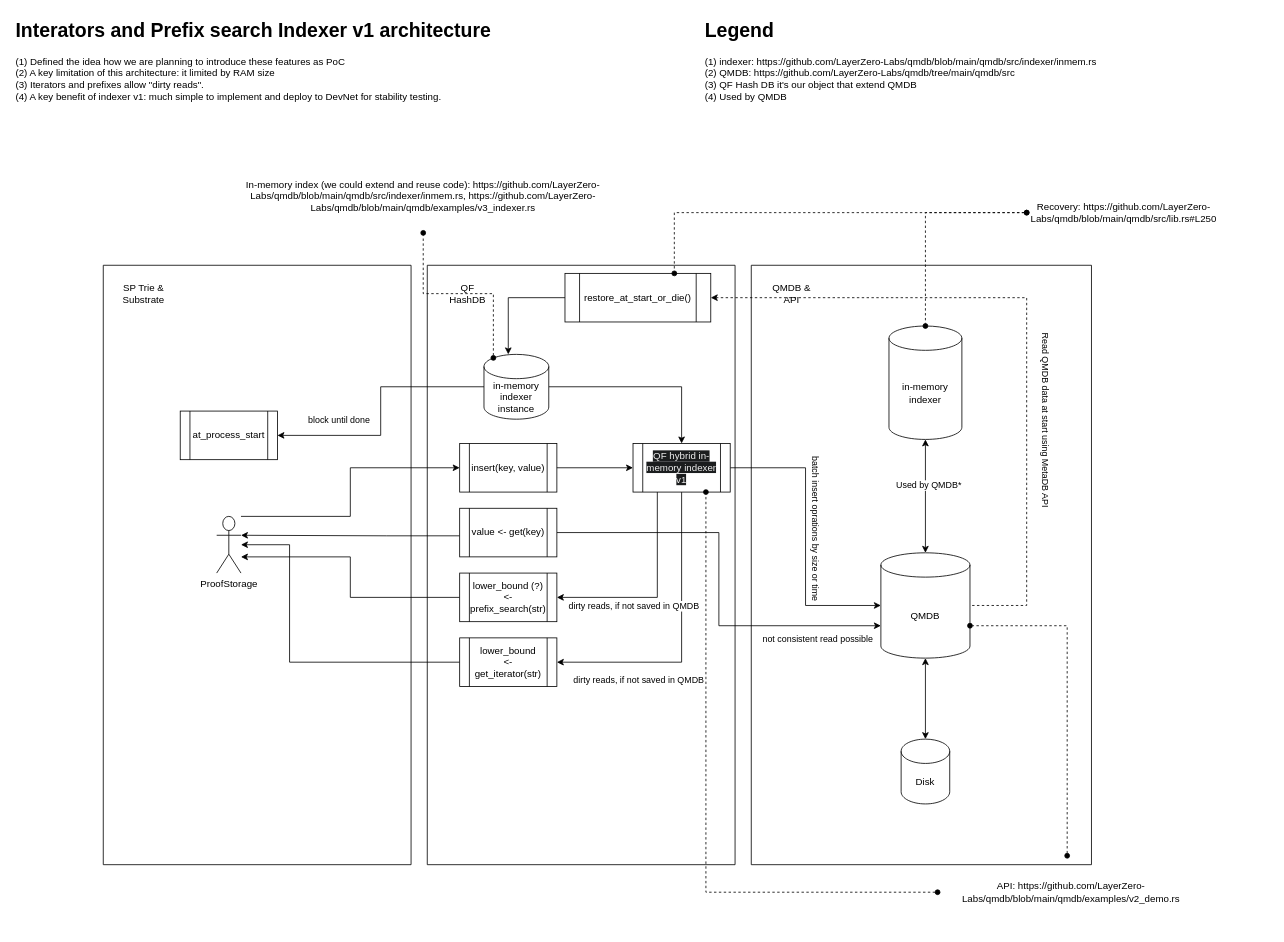
Earlier version of the draw.io diagram docs/QMDB/QMDB_prefix_indexer.drawio (QuantumFusion-network/spec). Source tidied: cells renumbered, new cells numbered last; positions are measured from the earlier drawing's top-left corner, leaving out a move shared by most shapes. Both pictures are drawn from the tidied source at 81%, with x=0, y=0 at pixel (14, 14).
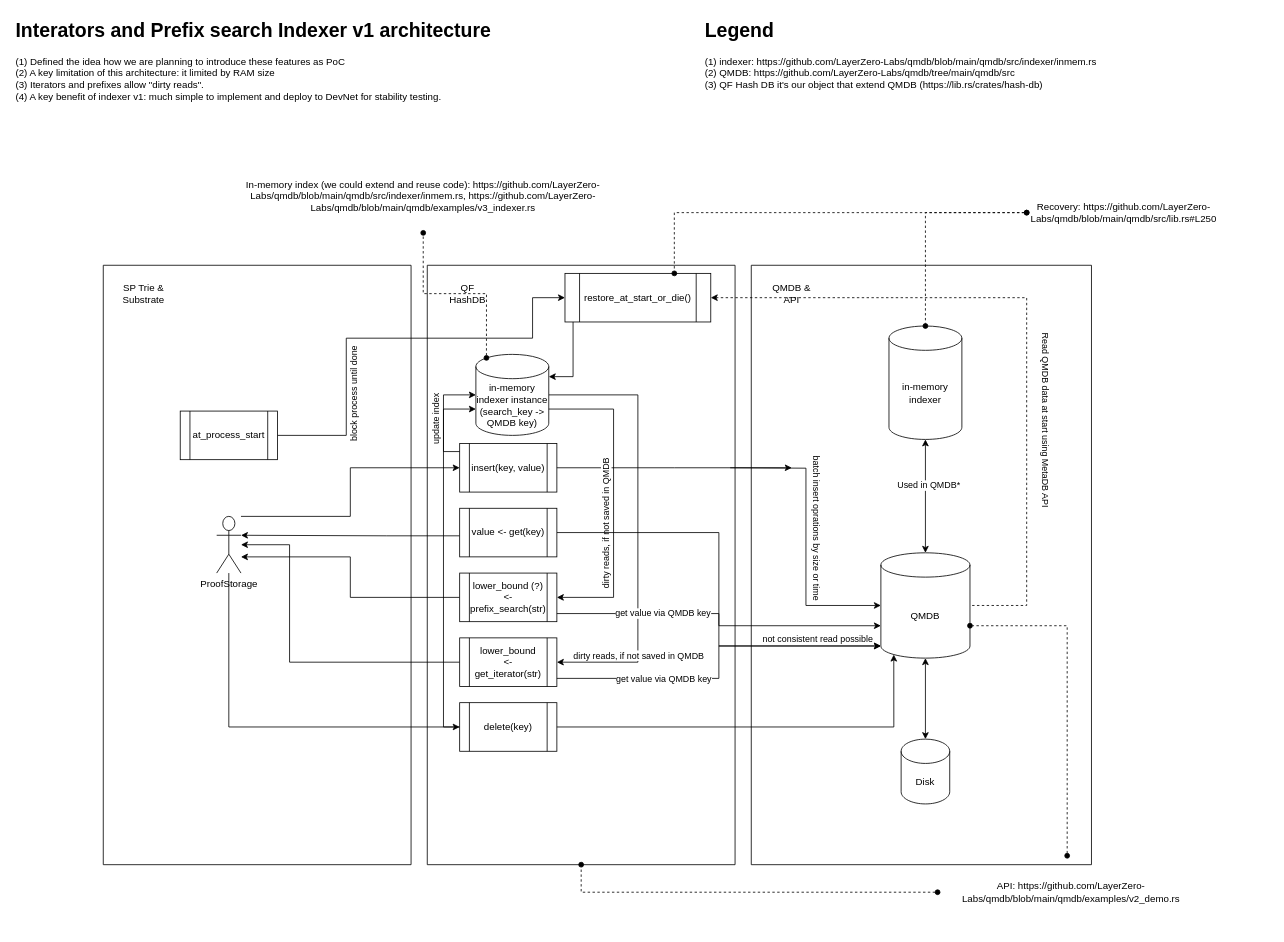
After the change.

Unchanged cells that the change refers to:
```xml
<mxCell id="5" value="insert(key, value)" style="shape=process;whiteSpace=wrap;html=1;backgroundOutline=1;" parent="1" vertex="1">
  <mxGeometry x="550" y="530" width="120" height="60" as="geometry" />
</mxCell>
<mxCell id="18" value="restore_at_start_or_die()" style="shape=process;whiteSpace=wrap;html=1;backgroundOutline=1;" parent="1" vertex="1">
  <mxGeometry x="680" y="320" width="180" height="60" as="geometry" />
</mxCell>
<mxCell id="30" value="QMDB" style="shape=cylinder3;whiteSpace=wrap;html=1;boundedLbl=1;backgroundOutline=1;size=15;" parent="27" vertex="1">
  <mxGeometry x="160" y="355" width="110" height="130" as="geometry" />
</mxCell>
<mxCell id="31" style="edgeStyle=orthogonalEdgeStyle;rounded=0;jettySize=auto;html=1;startArrow=classic;startFill=1;" parent="27" edge="1" source="29" target="30">
  <mxGeometry relative="1" as="geometry" />
</mxCell>
<mxCell id="35" style="swimlane;startSize=0;" parent="1" vertex="1">
  <mxGeometry x="510" y="310" width="380" height="740" as="geometry" />
</mxCell>
<mxCell id="38" value="lower_bound (?) &amp;lt;-prefix_search(str)" style="shape=process;whiteSpace=wrap;html=1;backgroundOutline=1;" parent="35" vertex="1">
  <mxGeometry x="40" y="380" width="120" height="60" as="geometry" />
</mxCell>
<mxCell id="39" value="lower_bound &lt;br&gt;&amp;lt;- get_iterator(str)" style="shape=process;whiteSpace=wrap;html=1;backgroundOutline=1;" parent="35" vertex="1">
  <mxGeometry x="40" y="460" width="120" height="60" as="geometry" />
</mxCell>
<mxCell id="42" value="ProofStorage" style="shape=umlActor;verticalLabelPosition=bottom;verticalAlign=top;html=1;outlineConnect=0;" parent="40" vertex="1">
  <mxGeometry x="140" y="310" width="30" height="70" as="geometry" />
</mxCell>
<mxCell id="43" value="at_process_start" style="shape=process;whiteSpace=wrap;html=1;backgroundOutline=1;" parent="40" vertex="1">
  <mxGeometry x="95" y="180" width="120" height="60" as="geometry" />
</mxCell>
<mxCell id="49" value="API:&amp;nbsp;https://github.com/LayerZero-Labs/qmdb/blob/main/qmdb/examples/v2_demo.rs" style="text;html=1;align=center;verticalAlign=middle;whiteSpace=wrap;rounded=0;" parent="1" vertex="1">
  <mxGeometry x="1140" y="1039" width="330" height="90" as="geometry" />
</mxCell>
```

Diff of the diagram source:
```diff
@@
-    <mxCell id="3" value="&lt;h1 style=&quot;margin-top: 0px;&quot;&gt;Legend&lt;/h1&gt;&lt;p&gt;(1) indexer:&amp;nbsp;https://github.com/LayerZero-Labs/qmdb/blob/main/qmdb/src/indexer/inmem.rs&amp;nbsp;&lt;br&gt;(2) QMDB:&amp;nbsp;https://github.com/LayerZero-Labs/qmdb/tree/main/qmdb/src&lt;br&gt;(3) QF Hash DB it's our object that extend QMDB&amp;nbsp;&lt;br&gt;(4) Used by QMDB&lt;br&gt;&lt;/p&gt;" style="text;html=1;whiteSpace=wrap;overflow=hidden;rounded=0;" parent="1" vertex="1">
+    <mxCell id="3" value="&lt;h1 style=&quot;margin-top: 0px;&quot;&gt;Legend&lt;/h1&gt;&lt;p&gt;(1) indexer:&amp;nbsp;https://github.com/LayerZero-Labs/qmdb/blob/main/qmdb/src/indexer/inmem.rs&amp;nbsp;&lt;br&gt;(2) QMDB:&amp;nbsp;https://github.com/LayerZero-Labs/qmdb/tree/main/qmdb/src&lt;br&gt;(3) QF Hash DB it's our object that extend QMDB (https://lib.rs/crates/hash-db)&lt;br&gt;&lt;/p&gt;" style="text;html=1;whiteSpace=wrap;overflow=hidden;rounded=0;" parent="1" vertex="1">
       <mxGeometry x="851" width="700" height="120" as="geometry" />
     </mxCell>
@@
-    <mxCell id="6" style="edgeStyle=orthogonalEdgeStyle;rounded=0;jettySize=auto;html=1;entryX=0.5;entryY=1;entryDx=0;entryDy=0;startArrow=classic;startFill=1;endArrow=none;endFill=0;" parent="1" edge="1" source="39" target="17">
-      <mxGeometry relative="1" as="geometry" />
+    <mxCell id="6" style="edgeStyle=orthogonalEdgeStyle;rounded=0;jettySize=auto;html=1;startArrow=classic;startFill=1;endArrow=none;endFill=0;entryX=1;entryY=0.5;entryDx=0;entryDy=0;entryPerimeter=0;" parent="1" edge="1" source="39" target="16">
+      <mxGeometry relative="1" as="geometry">
+        <Array as="points">
+          <mxPoint x="770" y="800" />
+          <mxPoint x="770" y="470" />
+        </Array>
+      </mxGeometry>
     </mxCell>
     <mxCell id="7" value="dirty reads, if not saved in QMDB" style="edgeLabel;html=1;align=center;verticalAlign=middle;" parent="6" vertex="1">
       <mxGeometry x="0.14" y="3" relative="1" as="geometry">
-        <mxPoint x="-51" y="74" as="offset" />
+        <mxPoint x="3" y="199" as="offset" />
       </mxGeometry>
     </mxCell>
@@
-    <mxCell id="9" style="edgeStyle=orthogonalEdgeStyle;rounded=0;jettySize=auto;html=1;entryX=0;entryY=0.5;entryDx=0;entryDy=0;" parent="1" edge="1" source="5" target="17">
-      <mxGeometry relative="1" as="geometry" />
+    <mxCell id="9" style="edgeStyle=orthogonalEdgeStyle;rounded=0;jettySize=auto;html=1;" parent="1" edge="1" source="5">
+      <mxGeometry relative="1" as="geometry">
+        <mxPoint x="960" y="560" as="targetPoint" />
+      </mxGeometry>
     </mxCell>
-    <mxCell id="10" style="edgeStyle=orthogonalEdgeStyle;rounded=0;jettySize=auto;html=1;entryX=0;entryY=0.5;entryDx=0;entryDy=0;entryPerimeter=0;exitX=1;exitY=0.5;exitDx=0;exitDy=0;" parent="1" edge="1" source="17" target="30">
-      <mxGeometry relative="1" as="geometry" />
+    <mxCell id="10" style="edgeStyle=orthogonalEdgeStyle;rounded=0;jettySize=auto;html=1;entryX=0;entryY=0.5;entryDx=0;entryDy=0;entryPerimeter=0;exitX=1;exitY=0.5;exitDx=0;exitDy=0;" parent="1" edge="1" target="30">
+      <mxGeometry relative="1" as="geometry">
+        <mxPoint x="884" y="560" as="sourcePoint" />
+      </mxGeometry>
     </mxCell>
@@
-    <mxCell id="12" style="edgeStyle=orthogonalEdgeStyle;rounded=0;jettySize=auto;html=1;entryX=0.5;entryY=0;entryDx=0;entryDy=0;" parent="1" edge="1" source="16" target="17">
-      <mxGeometry relative="1" as="geometry" />
-    </mxCell>
-    <mxCell id="13" style="edgeStyle=orthogonalEdgeStyle;rounded=0;jettySize=auto;html=1;startArrow=classic;startFill=1;endArrow=none;endFill=0;entryX=0;entryY=0.5;entryDx=0;entryDy=0;" parent="1" edge="1" source="16" target="18">
-      <mxGeometry relative="1" as="geometry">
-        <Array as="points">
-          <mxPoint x="610" y="350" />
-        </Array>
-      </mxGeometry>
-    </mxCell>
-    <mxCell id="14" value="block until done" style="edgeLabel;html=1;align=center;verticalAlign=middle;rotation=0;" parent="13" vertex="1">
-      <mxGeometry x="0.31" y="-1" relative="1" as="geometry">
-        <mxPoint x="-232" y="149" as="offset" />
-      </mxGeometry>
-    </mxCell>
-    <mxCell id="15" style="edgeStyle=orthogonalEdgeStyle;rounded=0;jettySize=auto;html=1;entryX=1;entryY=0.5;entryDx=0;entryDy=0;" parent="1" edge="1" source="16" target="43">
-      <mxGeometry relative="1" as="geometry" />
+    <mxCell id="15" style="edgeStyle=orthogonalEdgeStyle;rounded=0;jettySize=auto;html=1;entryX=1;entryY=0.5;entryDx=0;entryDy=0;exitX=0;exitY=0.5;exitDx=0;exitDy=0;startArrow=classic;startFill=1;endArrow=none;endFill=0;" parent="1" edge="1" source="18" target="43">
+      <mxGeometry relative="1" as="geometry">
+        <Array as="points">
+          <mxPoint x="640" y="350" />
+          <mxPoint x="640" y="400" />
+          <mxPoint x="410" y="400" />
+          <mxPoint x="410" y="520" />
+        </Array>
+      </mxGeometry>
     </mxCell>
+    <mxCell id="52" value="block process until done" style="edgeLabel;html=1;align=center;verticalAlign=middle;rotation=-90;" parent="15" vertex="1">
+      <mxGeometry x="0.72" y="3" relative="1" as="geometry">
+        <mxPoint x="21" y="-53" as="offset" />
+      </mxGeometry>
+    </mxCell>
-    <mxCell id="16" value="in-memory indexer instance" style="shape=cylinder3;whiteSpace=wrap;html=1;boundedLbl=1;backgroundOutline=1;size=15;" parent="1" vertex="1">
-      <mxGeometry x="580" y="420" width="80" height="80" as="geometry" />
+    <mxCell id="16" value="in-memory indexer instance (search_key -&amp;gt; QMDB key)" style="shape=cylinder3;whiteSpace=wrap;html=1;boundedLbl=1;backgroundOutline=1;size=15;" parent="1" vertex="1">
+      <mxGeometry x="570" y="420" width="90" height="100" as="geometry" />
     </mxCell>
-    <mxCell id="17" value="&lt;span style=&quot;color: rgb(240, 240, 240); font-family: Helvetica; font-size: 12px; font-style: normal; font-variant-ligatures: normal; font-variant-caps: normal; font-weight: 400; letter-spacing: normal; orphans: 2; text-align: center; text-indent: 0px; text-transform: none; widows: 2; word-spacing: 0px; -webkit-text-stroke-width: 0px; white-space: normal; background-color: rgb(27, 29, 30); text-decoration-thickness: initial; text-decoration-style: initial; text-decoration-color: initial; display: inline !important; float: none;&quot;&gt;QF hybrid in-memory indexer v1&lt;/span&gt;" style="shape=process;whiteSpace=wrap;html=1;backgroundOutline=1;" parent="1" vertex="1">
-      <mxGeometry x="764" y="530" width="120" height="60" as="geometry" />
-    </mxCell>
@@
-    <mxCell id="21" style="edgeStyle=orthogonalEdgeStyle;rounded=0;jettySize=auto;html=1;entryX=0.25;entryY=1;entryDx=0;entryDy=0;startArrow=classic;startFill=1;endArrow=none;endFill=0;" parent="1" edge="1" source="38" target="17">
-      <mxGeometry relative="1" as="geometry" />
+    <mxCell id="21" style="edgeStyle=orthogonalEdgeStyle;rounded=0;jettySize=auto;html=1;entryX=1;entryY=0;entryDx=0;entryDy=67.5;startArrow=classic;startFill=1;endArrow=none;endFill=0;entryPerimeter=0;" parent="1" edge="1" source="38" target="16">
+      <mxGeometry relative="1" as="geometry">
+        <Array as="points">
+          <mxPoint x="740" y="720" />
+          <mxPoint x="740" y="488" />
+        </Array>
+      </mxGeometry>
     </mxCell>
-    <mxCell id="22" value="dirty reads, if not saved in QMDB" style="edgeLabel;html=1;align=center;verticalAlign=middle;rotation=0;" parent="21" vertex="1">
+    <mxCell id="22" value="dirty reads, if not saved in QMDB" style="edgeLabel;html=1;align=center;verticalAlign=middle;rotation=-90;" parent="21" vertex="1">
       <mxGeometry x="0.12" relative="1" as="geometry">
-        <mxPoint x="-30" y="28" as="offset" />
+        <mxPoint x="-10" y="54" as="offset" />
       </mxGeometry>
     </mxCell>
@@
-    <mxCell id="32" value="Used by QMDB*" style="edgeLabel;html=1;align=center;verticalAlign=middle;" parent="31" vertex="1">
+    <mxCell id="32" value="Used in QMDB*" style="edgeLabel;html=1;align=center;verticalAlign=middle;" parent="31" vertex="1">
       <mxGeometry x="-0.2" y="3" relative="1" as="geometry" />
     </mxCell>
@@
+    <mxCell id="53" value="delete(key)" style="shape=process;whiteSpace=wrap;html=1;backgroundOutline=1;" parent="35" vertex="1">
+      <mxGeometry x="40" y="540" width="120" height="60" as="geometry" />
+    </mxCell>
@@
-    <mxCell id="51" style="edgeStyle=orthogonalEdgeStyle;rounded=0;jettySize=auto;html=1;dashed=1;startArrow=oval;startFill=1;endArrow=oval;endFill=1;exitX=0;exitY=0.5;exitDx=0;exitDy=0;entryX=0.75;entryY=1;entryDx=0;entryDy=0;" parent="1" edge="1" source="49" target="17">
+    <mxCell id="51" style="edgeStyle=orthogonalEdgeStyle;rounded=0;jettySize=auto;html=1;dashed=1;startArrow=oval;startFill=1;endArrow=oval;endFill=1;exitX=0;exitY=0.5;exitDx=0;exitDy=0;entryX=0.5;entryY=1;entryDx=0;entryDy=0;" parent="1" edge="1" source="49" target="35">
       <mxGeometry relative="1" as="geometry">
         <Array as="points">
-          <mxPoint x="854" y="1084" />
+          <mxPoint x="700" y="1084" />
         </Array>
       </mxGeometry>
     </mxCell>
+    <mxCell id="54" style="edgeStyle=orthogonalEdgeStyle;rounded=0;jettySize=auto;html=1;entryX=1;entryY=0;entryDx=0;entryDy=27.5;entryPerimeter=0;" parent="1" edge="1" source="18" target="16">
+      <mxGeometry relative="1" as="geometry">
+        <Array as="points">
+          <mxPoint x="690" y="448" />
+        </Array>
+      </mxGeometry>
+    </mxCell>
+    <mxCell id="55" style="edgeStyle=orthogonalEdgeStyle;rounded=0;jettySize=auto;html=1;entryX=0;entryY=0.5;entryDx=0;entryDy=0;entryPerimeter=0;" parent="1" edge="1" source="5" target="16">
+      <mxGeometry relative="1" as="geometry">
+        <Array as="points">
+          <mxPoint x="530" y="540" />
+          <mxPoint x="530" y="470" />
+        </Array>
+      </mxGeometry>
+    </mxCell>
+    <mxCell id="56" value="update index" style="edgeLabel;html=1;align=center;verticalAlign=middle;rotation=-90;" parent="55" vertex="1">
+      <mxGeometry x="-0.1" y="3" relative="1" as="geometry">
+        <mxPoint x="-7" as="offset" />
+      </mxGeometry>
+    </mxCell>
+    <mxCell id="57" style="edgeStyle=orthogonalEdgeStyle;rounded=0;jettySize=auto;html=1;entryX=0;entryY=0.5;entryDx=0;entryDy=0;" parent="1" edge="1" source="42" target="53">
+      <mxGeometry relative="1" as="geometry">
+        <Array as="points">
+          <mxPoint x="265" y="880" />
+        </Array>
+      </mxGeometry>
+    </mxCell>
+    <mxCell id="58" style="edgeStyle=orthogonalEdgeStyle;rounded=0;jettySize=auto;html=1;entryX=0.145;entryY=1;entryDx=0;entryDy=-4.35;entryPerimeter=0;" parent="1" edge="1" source="53" target="30">
+      <mxGeometry relative="1" as="geometry" />
+    </mxCell>
+    <mxCell id="59" style="edgeStyle=orthogonalEdgeStyle;rounded=0;jettySize=auto;html=1;entryX=0;entryY=0;entryDx=0;entryDy=67.5;entryPerimeter=0;" parent="1" edge="1" source="53" target="16">
+      <mxGeometry relative="1" as="geometry">
+        <Array as="points">
+          <mxPoint x="530" y="880" />
+          <mxPoint x="530" y="488" />
+        </Array>
+      </mxGeometry>
+    </mxCell>
+    <mxCell id="60" style="edgeStyle=orthogonalEdgeStyle;rounded=0;jettySize=auto;html=1;entryX=0;entryY=1;entryDx=0;entryDy=-15;entryPerimeter=0;" parent="1" edge="1" source="39" target="30">
+      <mxGeometry relative="1" as="geometry">
+        <Array as="points">
+          <mxPoint x="870" y="820" />
+          <mxPoint x="870" y="780" />
+        </Array>
+      </mxGeometry>
+    </mxCell>
+    <mxCell id="61" value="get value via QMDB key" style="edgeLabel;html=1;align=center;verticalAlign=middle;" parent="60" vertex="1">
+      <mxGeometry x="-0.31" relative="1" as="geometry">
+        <mxPoint x="-21" as="offset" />
+      </mxGeometry>
+    </mxCell>
+    <mxCell id="62" style="edgeStyle=orthogonalEdgeStyle;rounded=0;jettySize=auto;html=1;entryX=0;entryY=1;entryDx=0;entryDy=-15;entryPerimeter=0;" parent="1" edge="1" source="38" target="30">
+      <mxGeometry relative="1" as="geometry">
+        <Array as="points">
+          <mxPoint x="870" y="740" />
+          <mxPoint x="870" y="780" />
+        </Array>
+      </mxGeometry>
+    </mxCell>
+    <mxCell id="63" value="get value via QMDB key" style="edgeLabel;html=1;align=center;verticalAlign=middle;" parent="62" vertex="1">
+      <mxGeometry x="-0.67" y="1" relative="1" as="geometry">
+        <mxPoint x="57" as="offset" />
+      </mxGeometry>
+    </mxCell>
```
